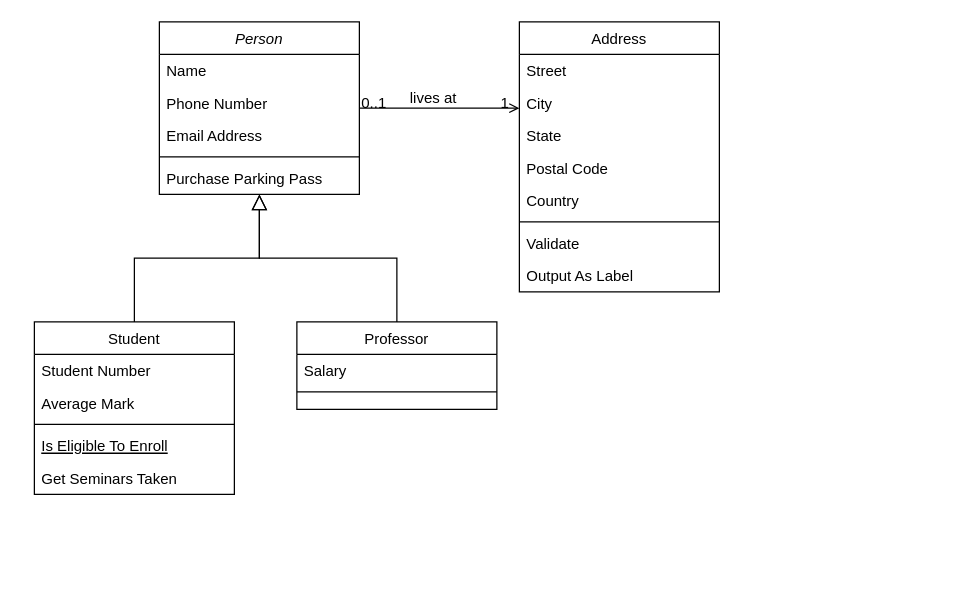
Above: Untitled Diagram.drawio in nitoC/zuriStage1 (draw.io), before the change. Source tidied: cells renumbered, new cells numbered last; positions are measured from the earlier drawing's top-left corner, leaving out a move shared by most shapes. Both pictures are drawn from the tidied source at 125%, with x=0, y=0 at pixel (34, 21).
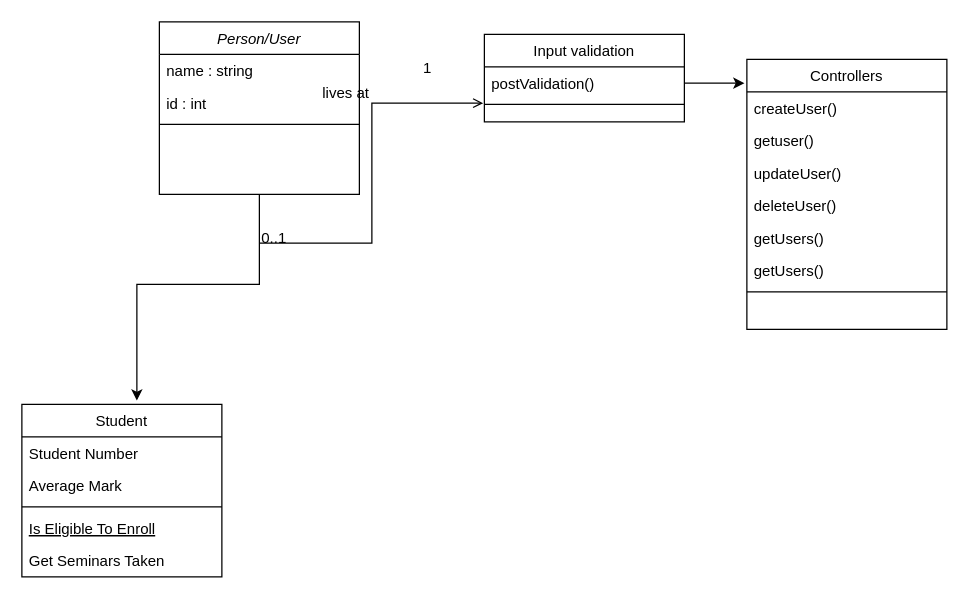
The same page after the edit.

Unchanged cells that the change refers to:
```xml
<mxCell id="17" style="line;html=1;strokeWidth=1;align=left;verticalAlign=middle;spacingTop=-1;spacingLeft=3;spacingRight=3;labelPosition=right;points=[];portConstraint=eastwest;" parent="15" vertex="1">
  <mxGeometry y="52" width="160" height="8" as="geometry" />
</mxCell>
```

What changed in the source:
```diff
@@
+    <mxCell id="32" style="edgeStyle=none;rounded=0;jettySize=auto;html=1;exitX=0.5;exitY=1;exitDx=0;exitDy=0;entryX=0.575;entryY=-0.022;entryDx=0;entryDy=0;entryPerimeter=0;" parent="1" edge="1" source="2" target="8">
+      <mxGeometry relative="1" as="geometry">
+        <Array as="points">
+          <mxPoint x="180" y="210" />
+          <mxPoint x="82" y="210" />
+        </Array>
+      </mxGeometry>
+    </mxCell>
-    <mxCell id="2" value="Person" style="swimlane;fontStyle=2;align=center;verticalAlign=top;horizontal=1;startSize=26;rounded=0;shadow=0;strokeWidth=1;" parent="1" vertex="1">
+    <mxCell id="2" value="Person/User" style="swimlane;fontStyle=2;align=center;verticalAlign=top;horizontal=1;startSize=26;rounded=0;shadow=0;strokeWidth=1;" parent="1" vertex="1">
       <mxGeometry x="100" width="160" height="138" as="geometry" />
     </mxCell>
-    <mxCell id="3" value="Name" style="text;align=left;verticalAlign=top;spacingLeft=4;spacingRight=4;overflow=hidden;" parent="2" vertex="1">
+    <mxCell id="3" value="name : string" style="text;align=left;verticalAlign=top;spacingLeft=4;spacingRight=4;overflow=hidden;" parent="2" vertex="1">
       <mxGeometry y="26" width="160" height="26" as="geometry" />
     </mxCell>
-    <mxCell id="4" value="Phone Number" style="text;align=left;verticalAlign=top;spacingLeft=4;spacingRight=4;overflow=hidden;rounded=0;shadow=0;html=0;" parent="2" vertex="1">
+    <mxCell id="4" value="id : int&#10;&#10;" style="text;align=left;verticalAlign=top;spacingLeft=4;spacingRight=4;overflow=hidden;rounded=0;shadow=0;html=0;" parent="2" vertex="1">
       <mxGeometry y="52" width="160" height="26" as="geometry" />
     </mxCell>
-    <mxCell id="5" value="Email Address" style="text;align=left;verticalAlign=top;spacingLeft=4;spacingRight=4;overflow=hidden;rounded=0;shadow=0;html=0;" parent="2" vertex="1">
-      <mxGeometry y="78" width="160" height="26" as="geometry" />
-    </mxCell>
     <mxCell id="6" style="line;html=1;strokeWidth=1;align=left;verticalAlign=middle;spacingTop=-1;spacingLeft=3;spacingRight=3;labelPosition=right;" parent="2" vertex="1">
-      <mxGeometry y="104" width="160" height="8" as="geometry" />
+      <mxGeometry y="78" width="160" height="8" as="geometry" />
     </mxCell>
-    <mxCell id="7" value="Purchase Parking Pass" style="text;align=left;verticalAlign=top;spacingLeft=4;spacingRight=4;overflow=hidden;" parent="2" vertex="1">
-      <mxGeometry y="112" width="160" height="26" as="geometry" />
-    </mxCell>
     <mxCell id="8" value="Student" style="swimlane;fontStyle=0;align=center;verticalAlign=top;horizontal=1;startSize=26;rounded=0;shadow=0;strokeWidth=1;" parent="1" vertex="1">
-      <mxGeometry y="240" width="160" height="138" as="geometry" />
+      <mxGeometry x="-10" y="306" width="160" height="138" as="geometry" />
     </mxCell>
@@
-    <mxCell id="14" style="endArrow=block;endSize=10;endFill=0;shadow=0;strokeWidth=1;rounded=0;edgeStyle=elbowEdgeStyle;elbow=vertical;" parent="1" edge="1" source="8" target="2">
-      <mxGeometry relative="1" as="geometry" />
-    </mxCell>
-    <mxCell id="15" value="Professor" style="swimlane;fontStyle=0;align=center;verticalAlign=top;horizontal=1;startSize=26;rounded=0;shadow=0;strokeWidth=1;" parent="1" vertex="1">
-      <mxGeometry x="210" y="240" width="160" height="70" as="geometry" />
+    <mxCell id="15" value="Input validation" style="swimlane;fontStyle=0;align=center;verticalAlign=top;horizontal=1;startSize=26;rounded=0;shadow=0;strokeWidth=1;" parent="1" vertex="1">
+      <mxGeometry x="360" y="10" width="160" height="70" as="geometry" />
     </mxCell>
-    <mxCell id="16" value="Salary" style="text;align=left;verticalAlign=top;spacingLeft=4;spacingRight=4;overflow=hidden;points=[[0,0.5],[1,0.5]];portConstraint=eastwest;" parent="15" vertex="1">
+    <mxCell id="16" value="postValidation()" style="text;align=left;verticalAlign=top;spacingLeft=4;spacingRight=4;overflow=hidden;points=[[0,0.5],[1,0.5]];portConstraint=eastwest;" parent="15" vertex="1">
       <mxGeometry y="26" width="160" height="26" as="geometry" />
     </mxCell>
@@
-    <mxCell id="18" style="endArrow=block;endSize=10;endFill=0;shadow=0;strokeWidth=1;rounded=0;edgeStyle=elbowEdgeStyle;elbow=vertical;" parent="1" edge="1" source="15" target="2">
-      <mxGeometry relative="1" as="geometry" />
-    </mxCell>
-    <mxCell id="19" value="Address" style="swimlane;fontStyle=0;align=center;verticalAlign=top;horizontal=1;startSize=26;rounded=0;shadow=0;strokeWidth=1;" parent="1" vertex="1">
-      <mxGeometry x="388" width="160" height="216" as="geometry" />
+    <mxCell id="19" value="Controllers&#10;" style="swimlane;fontStyle=0;align=center;verticalAlign=top;horizontal=1;startSize=26;rounded=0;shadow=0;strokeWidth=1;" parent="1" vertex="1">
+      <mxGeometry x="570" y="30" width="160" height="216" as="geometry" />
     </mxCell>
-    <mxCell id="20" value="Street" style="text;align=left;verticalAlign=top;spacingLeft=4;spacingRight=4;overflow=hidden;" parent="19" vertex="1">
+    <mxCell id="20" value="createUser()" style="text;align=left;verticalAlign=top;spacingLeft=4;spacingRight=4;overflow=hidden;" parent="19" vertex="1">
       <mxGeometry y="26" width="160" height="26" as="geometry" />
     </mxCell>
-    <mxCell id="21" value="City" style="text;align=left;verticalAlign=top;spacingLeft=4;spacingRight=4;overflow=hidden;rounded=0;shadow=0;html=0;" parent="19" vertex="1">
+    <mxCell id="21" value="getuser()" style="text;align=left;verticalAlign=top;spacingLeft=4;spacingRight=4;overflow=hidden;rounded=0;shadow=0;html=0;" parent="19" vertex="1">
       <mxGeometry y="52" width="160" height="26" as="geometry" />
     </mxCell>
-    <mxCell id="22" value="State" style="text;align=left;verticalAlign=top;spacingLeft=4;spacingRight=4;overflow=hidden;rounded=0;shadow=0;html=0;" parent="19" vertex="1">
+    <mxCell id="22" value="updateUser()" style="text;align=left;verticalAlign=top;spacingLeft=4;spacingRight=4;overflow=hidden;rounded=0;shadow=0;html=0;" parent="19" vertex="1">
       <mxGeometry y="78" width="160" height="26" as="geometry" />
     </mxCell>
-    <mxCell id="23" value="Postal Code" style="text;align=left;verticalAlign=top;spacingLeft=4;spacingRight=4;overflow=hidden;rounded=0;shadow=0;html=0;" parent="19" vertex="1">
+    <mxCell id="23" value="deleteUser()" style="text;align=left;verticalAlign=top;spacingLeft=4;spacingRight=4;overflow=hidden;rounded=0;shadow=0;html=0;" parent="19" vertex="1">
       <mxGeometry y="104" width="160" height="26" as="geometry" />
     </mxCell>
+    <mxCell id="33" value="getUsers()" style="text;align=left;verticalAlign=top;spacingLeft=4;spacingRight=4;overflow=hidden;rounded=0;shadow=0;html=0;" parent="19" vertex="1">
+      <mxGeometry y="130" width="160" height="26" as="geometry" />
+    </mxCell>
-    <mxCell id="24" value="Country" style="text;align=left;verticalAlign=top;spacingLeft=4;spacingRight=4;overflow=hidden;rounded=0;shadow=0;html=0;" parent="19" vertex="1">
-      <mxGeometry y="130" width="160" height="26" as="geometry" />
+    <mxCell id="24" value="getUsers()" style="text;align=left;verticalAlign=top;spacingLeft=4;spacingRight=4;overflow=hidden;rounded=0;shadow=0;html=0;" parent="19" vertex="1">
+      <mxGeometry y="156" width="160" height="26" as="geometry" />
     </mxCell>
     <mxCell id="25" style="line;html=1;strokeWidth=1;align=left;verticalAlign=middle;spacingTop=-1;spacingLeft=3;spacingRight=3;labelPosition=right;" parent="19" vertex="1">
-      <mxGeometry y="156" width="160" height="8" as="geometry" />
+      <mxGeometry y="182" width="160" height="8" as="geometry" />
     </mxCell>
-    <mxCell id="26" value="Validate" style="text;align=left;verticalAlign=top;spacingLeft=4;spacingRight=4;overflow=hidden;" parent="19" vertex="1">
-      <mxGeometry y="164" width="160" height="26" as="geometry" />
-    </mxCell>
-    <mxCell id="27" value="Output As Label" style="text;align=left;verticalAlign=top;spacingLeft=4;spacingRight=4;overflow=hidden;" parent="19" vertex="1">
-      <mxGeometry y="190" width="160" height="26" as="geometry" />
-    </mxCell>
-    <mxCell id="28" style="endArrow=open;shadow=0;strokeWidth=1;rounded=0;endFill=1;edgeStyle=elbowEdgeStyle;elbow=vertical;" parent="1" edge="1" source="2" target="19">
+    <mxCell id="28" style="endArrow=open;shadow=0;strokeWidth=1;rounded=0;endFill=1;edgeStyle=elbowEdgeStyle;elbow=horizontal;entryX=-0.006;entryY=0.375;entryDx=0;entryDy=0;entryPerimeter=0;" parent="1" edge="1" target="17">
       <mxGeometry x="0.5" y="41" relative="1" as="geometry">
+        <mxPoint x="180" y="177" as="sourcePoint" />
         <mxPoint x="-40" y="32" as="offset" />
       </mxGeometry>
     </mxCell>
@@
     <mxCell id="30" value="1" style="align=right;verticalAlign=bottom;labelBackgroundColor=none;fontSize=12;" parent="28" vertex="1">
       <mxGeometry x="1" relative="1" as="geometry">
-        <mxPoint x="-7" y="4" as="offset" />
+        <mxPoint x="-40" y="-20" as="offset" />
       </mxGeometry>
     </mxCell>
@@
+    <mxCell id="34" style="edgeStyle=none;rounded=0;jettySize=auto;html=1;exitX=1;exitY=0.5;exitDx=0;exitDy=0;entryX=-0.012;entryY=0.088;entryDx=0;entryDy=0;entryPerimeter=0;" parent="1" edge="1" source="16" target="19">
+      <mxGeometry relative="1" as="geometry" />
+    </mxCell>
```
